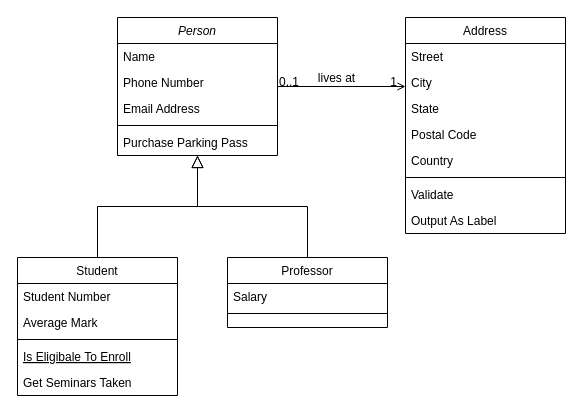
Earlier version of the draw.io diagram Untitled Diagram.drawio (liviabranco/Dexter). Source tidied: cells renumbered, new cells numbered last; positions are measured from the earlier drawing's top-left corner, leaving out a move shared by most shapes. Both pictures are drawn from the tidied source at 100%, with x=0, y=0 at pixel (17, 17).
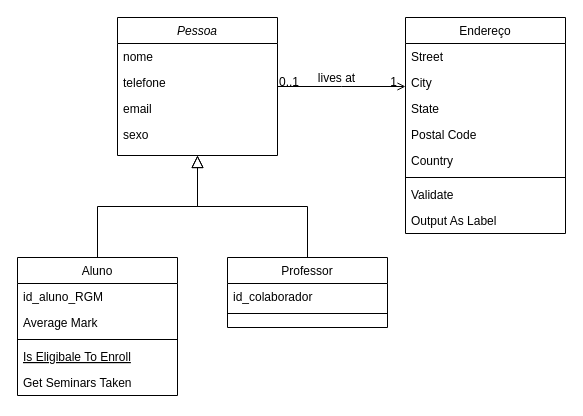
The same diagram, later.

Unchanged cells that the change refers to:
```xml
<mxCell id="15" value="Professor" style="swimlane;fontStyle=0;align=center;verticalAlign=top;horizontal=1;startSize=26;rounded=0;shadow=0;strokeWidth=1;" parent="1" vertex="1">
  <mxGeometry x="210" y="240" width="160" height="70" as="geometry" />
</mxCell>
```

The edit, as a diff of the source:
```diff
@@
-    <mxCell id="2" value="Person" style="swimlane;fontStyle=2;align=center;verticalAlign=top;horizontal=1;startSize=26;rounded=0;shadow=0;strokeWidth=1;" parent="1" vertex="1">
+    <mxCell id="2" value="Pessoa" style="swimlane;fontStyle=2;align=center;verticalAlign=top;horizontal=1;startSize=26;rounded=0;shadow=0;strokeWidth=1;" parent="1" vertex="1">
       <mxGeometry x="100" width="160" height="138" as="geometry" />
     </mxCell>
-    <mxCell id="3" value="Name" style="text;align=left;verticalAlign=top;spacingLeft=4;spacingRight=4;overflow=hidden;" parent="2" vertex="1">
+    <mxCell id="3" value="nome" style="text;align=left;verticalAlign=top;spacingLeft=4;spacingRight=4;overflow=hidden;" parent="2" vertex="1">
       <mxGeometry y="26" width="160" height="26" as="geometry" />
     </mxCell>
-    <mxCell id="4" value="Phone Number" style="text;align=left;verticalAlign=top;spacingLeft=4;spacingRight=4;overflow=hidden;rounded=0;shadow=0;html=0;" parent="2" vertex="1">
+    <mxCell id="4" value="telefone" style="text;align=left;verticalAlign=top;spacingLeft=4;spacingRight=4;overflow=hidden;rounded=0;shadow=0;html=0;" parent="2" vertex="1">
       <mxGeometry y="52" width="160" height="26" as="geometry" />
     </mxCell>
-    <mxCell id="5" value="Email Address" style="text;align=left;verticalAlign=top;spacingLeft=4;spacingRight=4;overflow=hidden;rounded=0;shadow=0;html=0;" parent="2" vertex="1">
+    <mxCell id="5" value="email" style="text;align=left;verticalAlign=top;spacingLeft=4;spacingRight=4;overflow=hidden;rounded=0;shadow=0;html=0;" parent="2" vertex="1">
       <mxGeometry y="78" width="160" height="26" as="geometry" />
     </mxCell>
-    <mxCell id="6" style="line;html=1;strokeWidth=1;align=left;verticalAlign=middle;spacingTop=-1;spacingLeft=3;spacingRight=3;labelPosition=right;" parent="2" vertex="1">
-      <mxGeometry y="104" width="160" height="8" as="geometry" />
-    </mxCell>
-    <mxCell id="7" value="Purchase Parking Pass" style="text;align=left;verticalAlign=top;spacingLeft=4;spacingRight=4;overflow=hidden;" parent="2" vertex="1">
-      <mxGeometry y="112" width="160" height="26" as="geometry" />
-    </mxCell>
+    <mxCell id="32" value="sexo" style="text;align=left;verticalAlign=top;spacingLeft=4;spacingRight=4;overflow=hidden;rounded=0;shadow=0;html=0;" parent="2" vertex="1">
+      <mxGeometry y="104" width="160" height="26" as="geometry" />
+    </mxCell>
-    <mxCell id="8" value="Student" style="swimlane;fontStyle=0;align=center;verticalAlign=top;horizontal=1;startSize=26;rounded=0;shadow=0;strokeWidth=1;" parent="1" vertex="1">
+    <mxCell id="8" value="Aluno" style="swimlane;fontStyle=0;align=center;verticalAlign=top;horizontal=1;startSize=26;rounded=0;shadow=0;strokeWidth=1;" parent="1" vertex="1">
       <mxGeometry y="240" width="160" height="138" as="geometry" />
     </mxCell>
-    <mxCell id="9" value="Student Number" style="text;align=left;verticalAlign=top;spacingLeft=4;spacingRight=4;overflow=hidden;" parent="8" vertex="1">
+    <mxCell id="9" value="id_aluno_RGM" style="text;align=left;verticalAlign=top;spacingLeft=4;spacingRight=4;overflow=hidden;" parent="8" vertex="1">
       <mxGeometry y="26" width="160" height="26" as="geometry" />
     </mxCell>
@@
-    <mxCell id="16" value="Salary" style="text;align=left;verticalAlign=top;spacingLeft=4;spacingRight=4;overflow=hidden;" parent="15" vertex="1">
+    <mxCell id="16" value="id_colaborador" style="text;align=left;verticalAlign=top;spacingLeft=4;spacingRight=4;overflow=hidden;" parent="15" vertex="1">
       <mxGeometry y="26" width="160" height="26" as="geometry" />
     </mxCell>
@@
-    <mxCell id="19" value="Address" style="swimlane;fontStyle=0;align=center;verticalAlign=top;horizontal=1;startSize=26;rounded=0;shadow=0;strokeWidth=1;" parent="1" vertex="1">
+    <mxCell id="19" value="Endereço" style="swimlane;fontStyle=0;align=center;verticalAlign=top;horizontal=1;startSize=26;rounded=0;shadow=0;strokeWidth=1;" parent="1" vertex="1">
       <mxGeometry x="388" width="160" height="216" as="geometry" />
     </mxCell>
```
